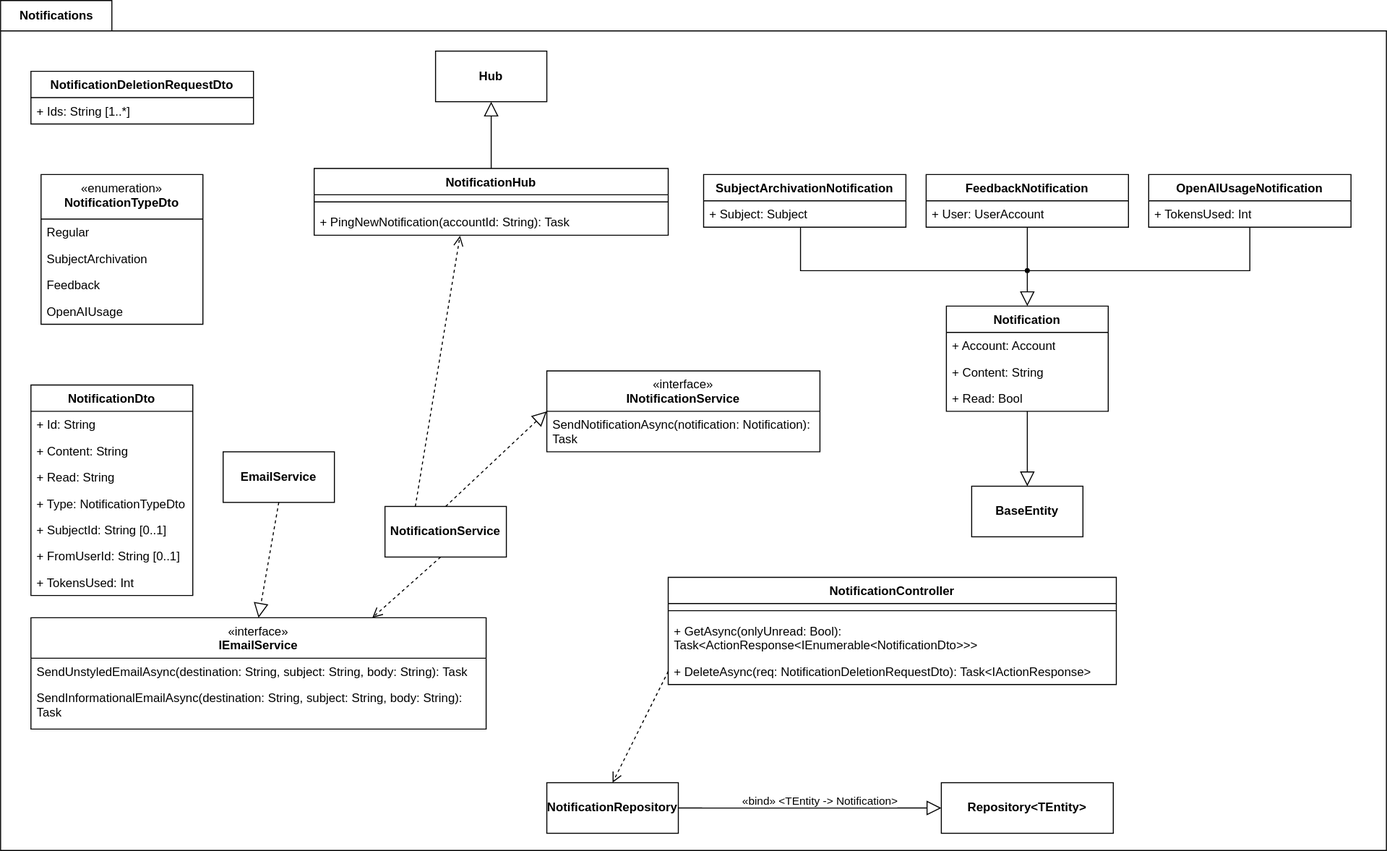
Above: lab2diags/logical-view/notification.drawio.svg in piatrashkakanstantinass/psi2 (draw.io), before the change. Source tidied: cells renumbered, new cells last; positions are measured from the earlier drawing's top-left corner, leaving out a move shared by most shapes.
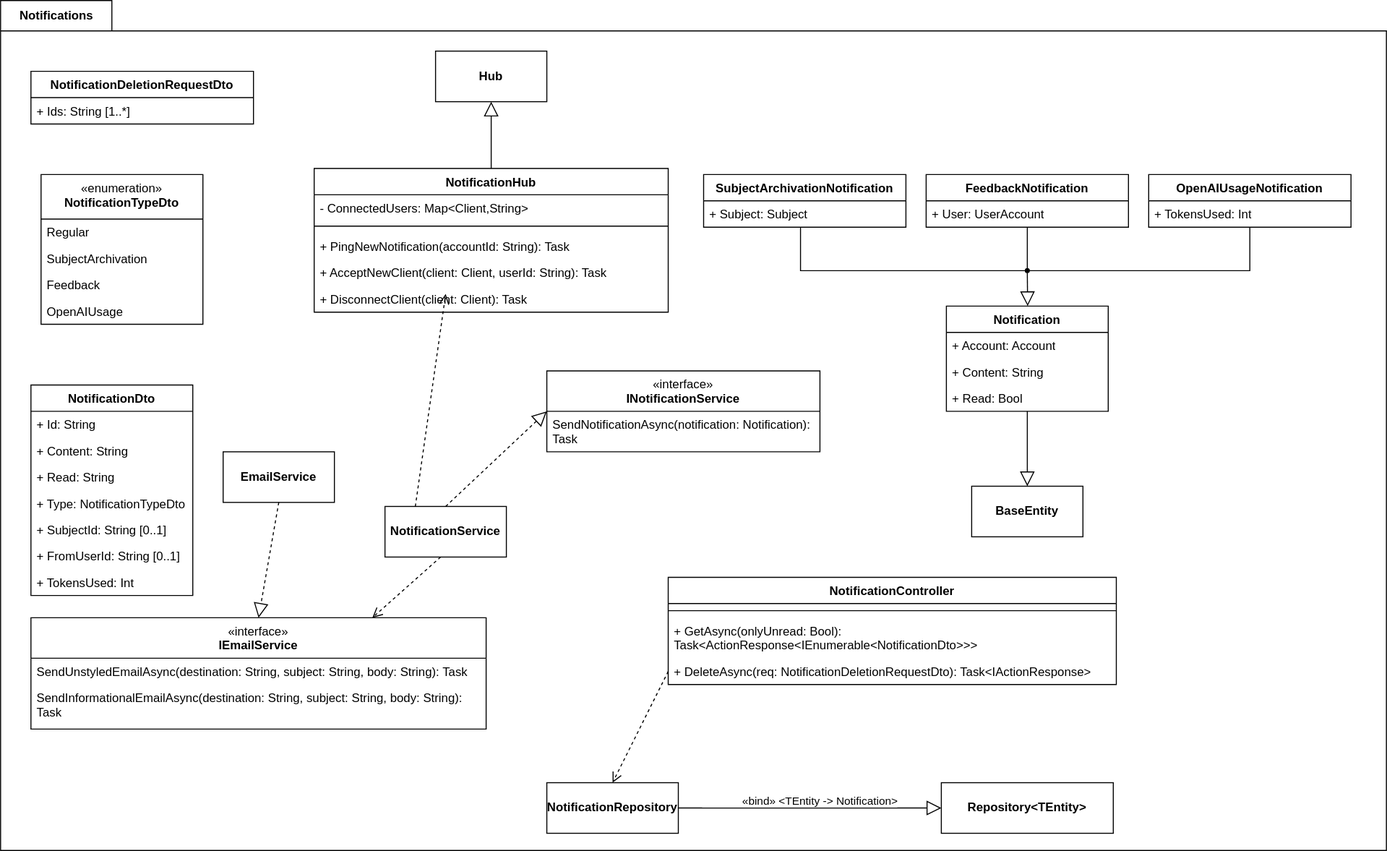
The same diagram one commit later.

The edit, as a diff of the source:
```diff
@@ -107,14 +107,23 @@
       <mxGeometry x="960" y="480" width="110" height="50" as="geometry" />
     </mxCell>
     <mxCell id="31" value="NotificationHub" style="swimlane;fontStyle=1;align=center;verticalAlign=top;horizontal=1;startSize=26;whiteSpace=wrap;html=1;" parent="1" vertex="1">
-      <mxGeometry x="310" y="166" width="350" height="66" as="geometry" />
+      <mxGeometry x="310" y="166" width="350" height="142" as="geometry" />
     </mxCell>
+    <mxCell id="62" value="- ConnectedUsers: Map&amp;lt;Client,String&amp;gt;" style="text;strokeColor=none;fillColor=none;align=left;verticalAlign=top;spacingLeft=4;spacingRight=4;overflow=hidden;whiteSpace=wrap;html=1;" parent="31" vertex="1">
+      <mxGeometry y="26" width="350" height="24" as="geometry" />
+    </mxCell>
     <mxCell id="32" style="line;strokeWidth=1;fillColor=none;align=left;verticalAlign=middle;spacingTop=-1;spacingLeft=3;spacingRight=3;labelPosition=right;strokeColor=inherit;" parent="31" vertex="1">
-      <mxGeometry y="26" width="350" height="14" as="geometry" />
+      <mxGeometry y="50" width="350" height="14" as="geometry" />
     </mxCell>
     <mxCell id="33" value="+ PingNewNotification(accountId: String): Task" style="text;strokeColor=none;fillColor=none;align=left;verticalAlign=top;spacingLeft=4;spacingRight=4;overflow=hidden;points=[[0,0.5],[1,0.5]];portConstraint=eastwest;whiteSpace=wrap;html=1;" parent="31" vertex="1">
-      <mxGeometry y="40" width="350" height="26" as="geometry" />
+      <mxGeometry y="64" width="350" height="26" as="geometry" />
     </mxCell>
+    <mxCell id="63" value="+ AcceptNewClient(client: Client, userId: String): Task" style="text;strokeColor=none;fillColor=none;align=left;verticalAlign=top;spacingLeft=4;spacingRight=4;overflow=hidden;whiteSpace=wrap;html=1;" parent="31" vertex="1">
+      <mxGeometry y="90" width="350" height="26" as="geometry" />
+    </mxCell>
+    <mxCell id="64" value="+ DisconnectClient(client: Client): Task" style="text;strokeColor=none;fillColor=none;align=left;verticalAlign=top;spacingLeft=4;spacingRight=4;overflow=hidden;whiteSpace=wrap;html=1;" parent="31" vertex="1">
+      <mxGeometry y="116" width="350" height="26" as="geometry" />
+    </mxCell>
     <mxCell id="34" value="&lt;b&gt;Hub&lt;/b&gt;" style="html=1;whiteSpace=wrap;" parent="1" vertex="1">
       <mxGeometry x="430" y="50" width="110" height="50" as="geometry" />
     </mxCell>
@@ -198,8 +207,10 @@
     <mxCell id="60" style="edgeStyle=none;html=1;endSize=12;endArrow=block;endFill=0;rounded=0;exitX=0.5;exitY=0;exitDx=0;exitDy=0;entryX=0.5;entryY=1;entryDx=0;entryDy=0;" parent="1" edge="1" source="31" target="34">
       <mxGeometry relative="1" as="geometry" />
     </mxCell>
-    <mxCell id="61" style="html=1;verticalAlign=bottom;endArrow=open;dashed=1;endSize=8;curved=0;rounded=0;exitX=0.25;exitY=0;exitDx=0;exitDy=0;entryX=0.412;entryY=1.02;entryDx=0;entryDy=0;entryPerimeter=0;" parent="1" edge="1" source="55" target="33">
-      <mxGeometry relative="1" as="geometry" />
+    <mxCell id="61" style="html=1;verticalAlign=bottom;endArrow=open;dashed=1;endSize=8;curved=0;rounded=0;exitX=0.25;exitY=0;exitDx=0;exitDy=0;" parent="1" edge="1" source="55">
+      <mxGeometry relative="1" as="geometry">
+        <mxPoint x="440" y="290" as="targetPoint" />
+      </mxGeometry>
     </mxCell>
   </root>
 </mxGraphModel>
```
